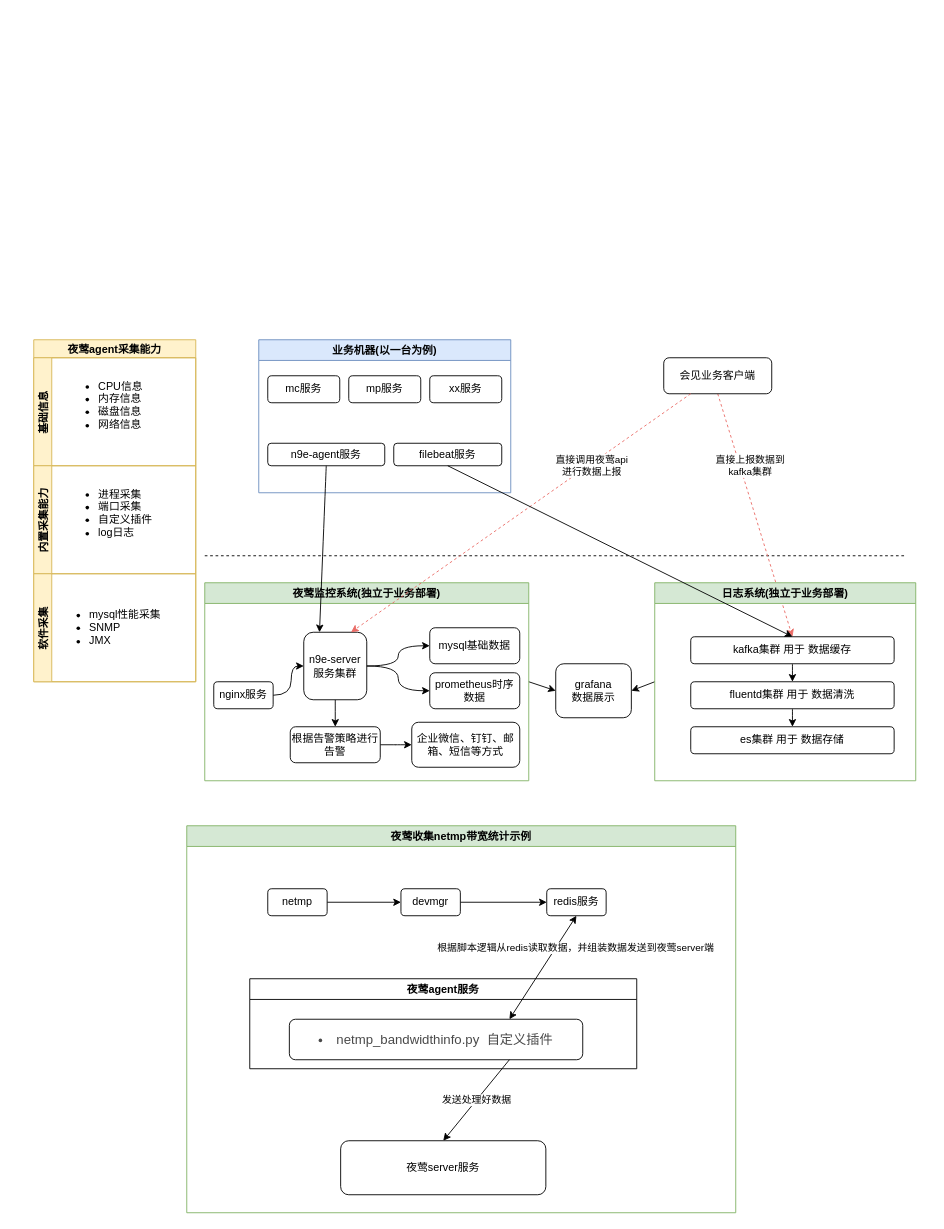
Before: Untitled Diagram.drawio in Sycjyy/myshare, a draw.io diagram. Source tidied: cells renumbered, new cells numbered last; positions are measured from the earlier drawing's top-left corner, leaving out a move shared by most shapes. Both pictures are drawn from the tidied source at 90%, with x=0, y=0 at pixel (33, 339).
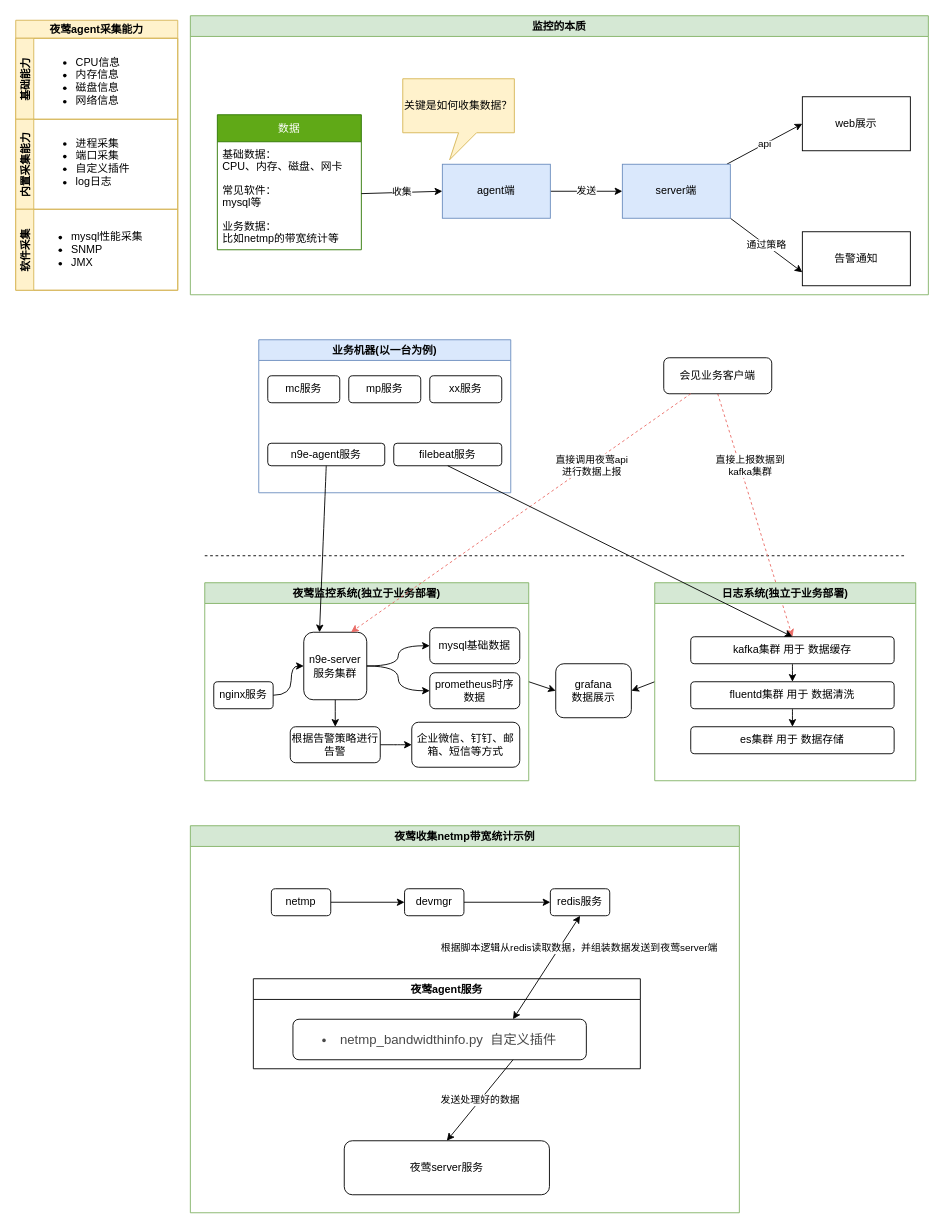
The same page after the edit.

Commit message:
增加监控的本质

Unchanged cells that the change refers to:
```xml
<mxCell id="51" value="&lt;span&gt;&lt;li class=&quot;&quot; style=&quot;margin-bottom: 0pt ; margin-top: 0pt ; font-size: 11pt ; color: #494949 ; line-height: 1.7&quot;&gt;&lt;span class=&quot;ql-author-4609158&quot;&gt;netmp_bandwidthinfo.py&amp;nbsp; 自定义插件&lt;/span&gt;&lt;/li&gt;&lt;/span&gt;" style="rounded=1;whiteSpace=wrap;html=1;align=center;" parent="50" vertex="1">
  <mxGeometry x="44" y="45" width="326" height="45" as="geometry" />
</mxCell>
```

Diff of the diagram source:
```diff
@@
     <mxCell id="28" value="夜莺agent采集能力" style="swimlane;horizontal=1;startSize=20;align=center;fillColor=#fff2cc;strokeColor=#d6b656;" parent="1" vertex="1">
-      <mxGeometry width="180" height="380" as="geometry" />
+      <mxGeometry x="-20" y="-355" width="180" height="300" as="geometry" />
     </mxCell>
-    <mxCell id="29" value="基础信息" style="swimlane;startSize=20;horizontal=0;align=center;fillColor=#fff2cc;strokeColor=#d6b656;" parent="28" vertex="1">
-      <mxGeometry y="20" width="180" height="120" as="geometry" />
+    <mxCell id="29" value="基础能力" style="swimlane;startSize=20;horizontal=0;align=center;fillColor=#fff2cc;strokeColor=#d6b656;" parent="28" vertex="1">
+      <mxGeometry y="20" width="180" height="90" as="geometry" />
     </mxCell>
     <mxCell id="30" value="&lt;ul&gt;&lt;li&gt;CPU信息&lt;/li&gt;&lt;li&gt;内存信息&lt;/li&gt;&lt;li&gt;磁盘信息&lt;/li&gt;&lt;li&gt;网络信息&lt;/li&gt;&lt;/ul&gt;" style="text;strokeColor=none;fillColor=none;html=1;whiteSpace=wrap;verticalAlign=middle;overflow=hidden;" parent="29" vertex="1">
-      <mxGeometry x="30" y="10" width="100" height="80" as="geometry" />
+      <mxGeometry x="25" y="5" width="100" height="80" as="geometry" />
     </mxCell>
     <mxCell id="31" value="内置采集能力" style="swimlane;startSize=20;horizontal=0;align=center;fillColor=#fff2cc;strokeColor=#d6b656;" parent="28" vertex="1">
-      <mxGeometry y="140" width="180" height="120" as="geometry" />
+      <mxGeometry y="110" width="180" height="100" as="geometry" />
     </mxCell>
     <mxCell id="32" value="&lt;ul&gt;&lt;li&gt;进程采集&lt;/li&gt;&lt;li&gt;端口采集&lt;/li&gt;&lt;li&gt;自定义插件&lt;/li&gt;&lt;li&gt;log日志&lt;/li&gt;&lt;/ul&gt;" style="text;strokeColor=none;fillColor=none;html=1;whiteSpace=wrap;verticalAlign=middle;overflow=hidden;" parent="31" vertex="1">
-      <mxGeometry x="30" y="10" width="120" height="80" as="geometry" />
+      <mxGeometry x="25" y="5" width="120" height="80" as="geometry" />
     </mxCell>
     <mxCell id="33" value="软件采集" style="swimlane;startSize=20;horizontal=0;align=center;fillColor=#fff2cc;strokeColor=#d6b656;" parent="28" vertex="1">
-      <mxGeometry y="260" width="180" height="120" as="geometry" />
+      <mxGeometry y="210" width="180" height="90" as="geometry" />
     </mxCell>
     <mxCell id="34" value="&lt;ul&gt;&lt;li&gt;mysql性能采集&lt;/li&gt;&lt;li&gt;SNMP&lt;/li&gt;&lt;li&gt;JMX&lt;/li&gt;&lt;/ul&gt;" style="text;strokeColor=none;fillColor=none;html=1;whiteSpace=wrap;verticalAlign=middle;overflow=hidden;" parent="33" vertex="1">
-      <mxGeometry x="20" y="20" width="130" height="80" as="geometry" />
+      <mxGeometry x="20" y="5" width="130" height="80" as="geometry" />
     </mxCell>
@@
-    <mxCell id="44" value="夜莺收集netmp带宽统计示例" style="swimlane;align=center;fillColor=#d5e8d4;strokeColor=#82b366;" parent="1" vertex="1">
-      <mxGeometry x="170" y="540" width="610" height="430" as="geometry" />
+    <mxCell id="44" value="监控的本质" style="swimlane;align=center;fillColor=#d5e8d4;strokeColor=#82b366;" parent="1" vertex="1">
+      <mxGeometry x="174" y="-360" width="820" height="310" as="geometry" />
     </mxCell>
+    <mxCell id="55" value="数据" style="swimlane;fontStyle=0;horizontal=1;startSize=30;align=center;fillColor=#60a917;strokeColor=#2D7600;fontColor=#ffffff;" parent="44" vertex="1">
+      <mxGeometry x="30" y="110" width="160" height="150" as="geometry" />
+    </mxCell>
+    <mxCell id="56" value="基础数据：&#10;CPU、内存、磁盘、网卡" style="text;strokeColor=none;fillColor=none;align=left;verticalAlign=middle;spacingLeft=4;spacingRight=4;overflow=hidden;" parent="55" vertex="1">
+      <mxGeometry y="30" width="160" height="40" as="geometry" />
+    </mxCell>
+    <mxCell id="57" value="常见软件：&#10;mysql等" style="text;strokeColor=none;fillColor=none;align=left;verticalAlign=middle;spacingLeft=4;spacingRight=4;overflow=hidden;points=[[0,0.5],[1,0.5]];portConstraint=eastwest;" parent="55" vertex="1">
+      <mxGeometry y="70" width="160" height="40" as="geometry" />
+    </mxCell>
+    <mxCell id="58" value="业务数据：&#10;比如netmp的带宽统计等" style="text;strokeColor=none;fillColor=none;align=left;verticalAlign=middle;spacingLeft=4;spacingRight=4;overflow=hidden;" parent="55" vertex="1">
+      <mxGeometry y="110" width="160" height="40" as="geometry" />
+    </mxCell>
+    <mxCell id="59" value="发送" style="edgeStyle=none;rounded=0;jettySize=auto;html=1;strokeColor=#000000;" parent="44" edge="1" source="60" target="64">
+      <mxGeometry relative="1" as="geometry" />
+    </mxCell>
+    <mxCell id="60" value="agent端" style="whiteSpace=wrap;html=1;align=center;fillColor=#dae8fc;strokeColor=#6c8ebf;" parent="44" vertex="1">
+      <mxGeometry x="280" y="165" width="120" height="60" as="geometry" />
+    </mxCell>
+    <mxCell id="61" value="收集" style="edgeStyle=none;rounded=0;jettySize=auto;html=1;entryX=0;entryY=0.5;entryDx=0;entryDy=0;strokeColor=#000000;" parent="44" edge="1" source="57" target="60">
+      <mxGeometry relative="1" as="geometry" />
+    </mxCell>
+    <mxCell id="62" value="api" style="edgeStyle=none;rounded=0;jettySize=auto;html=1;entryX=0;entryY=0.5;entryDx=0;entryDy=0;strokeColor=#000000;" parent="44" edge="1" source="64" target="65">
+      <mxGeometry relative="1" as="geometry" />
+    </mxCell>
+    <mxCell id="63" value="通过策略" style="edgeStyle=none;rounded=0;jettySize=auto;html=1;exitX=1;exitY=1;exitDx=0;exitDy=0;entryX=0;entryY=0.75;entryDx=0;entryDy=0;strokeColor=#000000;" parent="44" edge="1" source="64" target="66">
+      <mxGeometry relative="1" as="geometry" />
+    </mxCell>
+    <mxCell id="64" value="server端" style="whiteSpace=wrap;html=1;fillColor=#dae8fc;strokeColor=#6c8ebf;" parent="44" vertex="1">
+      <mxGeometry x="480" y="165" width="120" height="60" as="geometry" />
+    </mxCell>
+    <mxCell id="65" value="web展示" style="whiteSpace=wrap;html=1;" parent="44" vertex="1">
+      <mxGeometry x="680" y="90" width="120" height="60" as="geometry" />
+    </mxCell>
+    <mxCell id="66" value="告警通知" style="whiteSpace=wrap;html=1;" parent="44" vertex="1">
+      <mxGeometry x="680" y="240" width="120" height="60" as="geometry" />
+    </mxCell>
+    <mxCell id="67" value="关键是如何收集数据？" style="shape=callout;whiteSpace=wrap;html=1;perimeter=calloutPerimeter;align=center;position2=0.42;fillColor=#fff2cc;strokeColor=#d6b656;" parent="44" vertex="1">
+      <mxGeometry x="236" y="70" width="124" height="90" as="geometry" />
+    </mxCell>
+    <mxCell id="68" value="夜莺收集netmp带宽统计示例" style="swimlane;align=center;fillColor=#d5e8d4;strokeColor=#82b366;" parent="1" vertex="1">
+      <mxGeometry x="174" y="540" width="610" height="430" as="geometry" />
+    </mxCell>
-    <mxCell id="45" value="redis服务" style="rounded=1;whiteSpace=wrap;html=1;align=center;" parent="44" vertex="1">
+    <mxCell id="45" value="redis服务" style="rounded=1;whiteSpace=wrap;html=1;align=center;" parent="68" vertex="1">
       <mxGeometry x="400" y="70" width="66" height="30" as="geometry" />
     </mxCell>
-    <mxCell id="46" style="edgeStyle=none;rounded=0;jettySize=auto;html=1;exitX=1;exitY=0.5;exitDx=0;exitDy=0;entryX=0;entryY=0.5;entryDx=0;entryDy=0;strokeColor=#000000;" parent="44" edge="1" source="47" target="45">
+    <mxCell id="46" style="edgeStyle=none;rounded=0;jettySize=auto;html=1;exitX=1;exitY=0.5;exitDx=0;exitDy=0;entryX=0;entryY=0.5;entryDx=0;entryDy=0;strokeColor=#000000;" parent="68" edge="1" source="47" target="45">
       <mxGeometry relative="1" as="geometry" />
     </mxCell>
-    <mxCell id="47" value="devmgr" style="rounded=1;whiteSpace=wrap;html=1;align=center;" parent="44" vertex="1">
+    <mxCell id="47" value="devmgr" style="rounded=1;whiteSpace=wrap;html=1;align=center;" parent="68" vertex="1">
       <mxGeometry x="238" y="70" width="66" height="30" as="geometry" />
     </mxCell>
-    <mxCell id="48" style="edgeStyle=none;rounded=0;jettySize=auto;html=1;exitX=1;exitY=0.5;exitDx=0;exitDy=0;entryX=0;entryY=0.5;entryDx=0;entryDy=0;strokeColor=#000000;" parent="44" edge="1" source="49" target="47">
+    <mxCell id="48" style="edgeStyle=none;rounded=0;jettySize=auto;html=1;exitX=1;exitY=0.5;exitDx=0;exitDy=0;entryX=0;entryY=0.5;entryDx=0;entryDy=0;strokeColor=#000000;" parent="68" edge="1" source="49" target="47">
       <mxGeometry relative="1" as="geometry" />
     </mxCell>
-    <mxCell id="49" value="netmp" style="rounded=1;whiteSpace=wrap;html=1;align=center;" parent="44" vertex="1">
+    <mxCell id="49" value="netmp" style="rounded=1;whiteSpace=wrap;html=1;align=center;" parent="68" vertex="1">
       <mxGeometry x="90" y="70" width="66" height="30" as="geometry" />
     </mxCell>
-    <mxCell id="50" value="夜莺agent服务" style="swimlane;align=center;" parent="44" vertex="1">
+    <mxCell id="50" value="夜莺agent服务" style="swimlane;align=center;" parent="68" vertex="1">
       <mxGeometry x="70" y="170" width="430" height="100" as="geometry" />
     </mxCell>
@@
-    <mxCell id="52" value="根据脚本逻辑从redis读取数据，并组装数据发送到夜莺server端" style="endArrow=classic;startArrow=classic;html=1;rounded=0;strokeColor=#000000;entryX=0.5;entryY=1;entryDx=0;entryDy=0;exitX=0.75;exitY=0;exitDx=0;exitDy=0;" parent="44" edge="1" source="51" target="45">
+    <mxCell id="52" value="根据脚本逻辑从redis读取数据，并组装数据发送到夜莺server端" style="endArrow=classic;startArrow=classic;html=1;rounded=0;strokeColor=#000000;entryX=0.5;entryY=1;entryDx=0;entryDy=0;exitX=0.75;exitY=0;exitDx=0;exitDy=0;" parent="68" edge="1" source="51" target="45">
       <mxGeometry x="0.55" y="-19" relative="1" as="geometry" />
     </mxCell>
-    <mxCell id="53" value="夜莺server服务" style="rounded=1;whiteSpace=wrap;html=1;align=center;" parent="44" vertex="1">
+    <mxCell id="53" value="夜莺server服务" style="rounded=1;whiteSpace=wrap;html=1;align=center;" parent="68" vertex="1">
       <mxGeometry x="171" y="350" width="228" height="60" as="geometry" />
     </mxCell>
-    <mxCell id="54" value="发送处理好数据" style="edgeStyle=none;rounded=0;jettySize=auto;html=1;exitX=0.75;exitY=1;exitDx=0;exitDy=0;entryX=0.5;entryY=0;entryDx=0;entryDy=0;strokeColor=#000000;" parent="44" edge="1" source="51" target="53">
+    <mxCell id="54" value="发送处理好的数据" style="edgeStyle=none;rounded=0;jettySize=auto;html=1;exitX=0.75;exitY=1;exitDx=0;exitDy=0;entryX=0.5;entryY=0;entryDx=0;entryDy=0;strokeColor=#000000;" parent="68" edge="1" source="51" target="53">
       <mxGeometry relative="1" as="geometry" />
     </mxCell>
```
